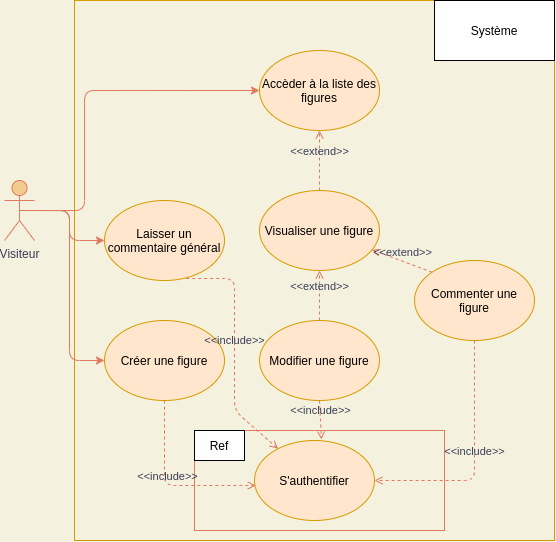
The draw.io diagram uml/UseCaseGeneral.png in JacquesDurand/p6_oc_snowtricks, before a commit. Source tidied: cells renumbered, new cells last; positions are measured from the earlier drawing's top-left corner, leaving out a move shared by most shapes. Source of this version:
```xml
<mxGraphModel background="#F4F1DE">
  <root>
    <mxCell id="0" />
    <mxCell id="1" parent="0" />
    <mxCell id="2" style="html=1;rounded=0;sketch=0;strokeColor=#d79b00;fillColor=none;" parent="1" vertex="1">
      <mxGeometry x="70" width="480" height="540" as="geometry" />
    </mxCell>
    <mxCell id="3" value="Système" style="rounded=0;whiteSpace=wrap;html=1;sketch=0;" parent="1" vertex="1">
      <mxGeometry x="430" width="120" height="60" as="geometry" />
    </mxCell>
    <mxCell id="4" style="edgeStyle=orthogonalEdgeStyle;curved=0;rounded=1;sketch=0;jettySize=auto;html=1;exitX=0.5;exitY=0.5;exitDx=0;exitDy=0;exitPerimeter=0;entryX=0;entryY=0.5;entryDx=0;entryDy=0;fontColor=#393C56;strokeColor=#E07A5F;fillColor=#F2CC8F;" parent="1" edge="1" source="7" target="8">
      <mxGeometry relative="1" as="geometry">
        <Array as="points">
          <mxPoint x="80" y="210" />
          <mxPoint x="80" y="90" />
        </Array>
      </mxGeometry>
    </mxCell>
    <mxCell id="5" style="edgeStyle=orthogonalEdgeStyle;curved=0;rounded=1;sketch=0;jettySize=auto;html=1;exitX=0.5;exitY=0.5;exitDx=0;exitDy=0;exitPerimeter=0;entryX=0;entryY=0.5;entryDx=0;entryDy=0;fontColor=#393C56;strokeColor=#E07A5F;fillColor=#F2CC8F;" parent="1" edge="1" source="7" target="15">
      <mxGeometry relative="1" as="geometry" />
    </mxCell>
    <mxCell id="6" style="edgeStyle=orthogonalEdgeStyle;curved=0;rounded=1;sketch=0;jettySize=auto;html=1;exitX=0.5;exitY=0.5;exitDx=0;exitDy=0;exitPerimeter=0;entryX=0;entryY=0.5;entryDx=0;entryDy=0;fontColor=#393C56;strokeColor=#E07A5F;fillColor=#F2CC8F;" parent="1" edge="1" source="7" target="13">
      <mxGeometry relative="1" as="geometry" />
    </mxCell>
    <mxCell id="7" value="Visiteur" style="shape=umlActor;verticalLabelPosition=bottom;verticalAlign=top;html=1;rounded=0;sketch=0;fontColor=#393C56;strokeColor=#E07A5F;fillColor=#F2CC8F;" parent="1" vertex="1">
      <mxGeometry y="180" width="30" height="60" as="geometry" />
    </mxCell>
    <mxCell id="8" value="Accèder à la liste des figures" style="ellipse;whiteSpace=wrap;html=1;rounded=0;sketch=0;strokeColor=#d79b00;fillColor=#ffe6cc;" parent="1" vertex="1">
      <mxGeometry x="255" y="50" width="120" height="80" as="geometry" />
    </mxCell>
    <mxCell id="9" style="rounded=0;whiteSpace=wrap;html=1;sketch=0;fontColor=#393C56;strokeColor=#E07A5F;fillColor=none;" parent="1" vertex="1">
      <mxGeometry x="190" y="430" width="250" height="100" as="geometry" />
    </mxCell>
    <mxCell id="10" value="S'authentifier" style="ellipse;whiteSpace=wrap;html=1;rounded=0;sketch=0;strokeColor=#d79b00;fillColor=#ffe6cc;" parent="1" vertex="1">
      <mxGeometry x="250" y="440" width="120" height="80" as="geometry" />
    </mxCell>
    <mxCell id="11" value="Visualiser une figure" style="ellipse;whiteSpace=wrap;html=1;rounded=0;sketch=0;strokeColor=#d79b00;fillColor=#ffe6cc;" parent="1" vertex="1">
      <mxGeometry x="255" y="190" width="120" height="80" as="geometry" />
    </mxCell>
    <mxCell id="12" value="Modifier une figure" style="ellipse;whiteSpace=wrap;html=1;rounded=0;sketch=0;strokeColor=#d79b00;fillColor=#ffe6cc;" parent="1" vertex="1">
      <mxGeometry x="255" y="320" width="120" height="80" as="geometry" />
    </mxCell>
    <mxCell id="13" value="Créer une figure" style="ellipse;whiteSpace=wrap;html=1;rounded=0;sketch=0;strokeColor=#d79b00;fillColor=#ffe6cc;" parent="1" vertex="1">
      <mxGeometry x="100" y="320" width="120" height="80" as="geometry" />
    </mxCell>
    <mxCell id="14" value="Commenter une figure" style="ellipse;whiteSpace=wrap;html=1;rounded=0;sketch=0;strokeColor=#d79b00;fillColor=#ffe6cc;" parent="1" vertex="1">
      <mxGeometry x="410" y="260" width="120" height="80" as="geometry" />
    </mxCell>
    <mxCell id="15" value="Laisser un commentaire général" style="ellipse;whiteSpace=wrap;html=1;rounded=0;sketch=0;strokeColor=#d79b00;fillColor=#ffe6cc;" parent="1" vertex="1">
      <mxGeometry x="100" y="200" width="120" height="80" as="geometry" />
    </mxCell>
    <mxCell id="16" value="Ref" style="rounded=0;whiteSpace=wrap;html=1;sketch=0;" parent="1" vertex="1">
      <mxGeometry x="190" y="430" width="50" height="30" as="geometry" />
    </mxCell>
    <mxCell id="17" value="&amp;lt;&amp;lt;include&amp;gt;&amp;gt;" style="html=1;verticalAlign=bottom;labelBackgroundColor=none;endArrow=open;endFill=0;dashed=1;fontColor=#393C56;strokeColor=#E07A5F;fillColor=#F2CC8F;exitX=0.5;exitY=1;exitDx=0;exitDy=0;entryX=0.558;entryY=-0.012;entryDx=0;entryDy=0;entryPerimeter=0;" parent="1" edge="1" source="12" target="10">
      <mxGeometry relative="1" as="geometry" />
    </mxCell>
    <mxCell id="18" value="&amp;lt;&amp;lt;include&amp;gt;&amp;gt;" style="html=1;verticalAlign=bottom;labelBackgroundColor=none;endArrow=open;endFill=0;dashed=1;fontColor=#393C56;strokeColor=#E07A5F;fillColor=#F2CC8F;exitX=0.681;exitY=0.975;exitDx=0;exitDy=0;exitPerimeter=0;" parent="1" edge="1" source="15" target="10">
      <mxGeometry relative="1" as="geometry">
        <Array as="points">
          <mxPoint x="230" y="278" />
          <mxPoint x="230" y="410" />
        </Array>
      </mxGeometry>
    </mxCell>
    <mxCell id="19" value="&amp;lt;&amp;lt;include&amp;gt;&amp;gt;" style="html=1;verticalAlign=bottom;labelBackgroundColor=none;endArrow=open;endFill=0;dashed=1;fontColor=#393C56;strokeColor=#E07A5F;fillColor=#F2CC8F;exitX=0.5;exitY=1;exitDx=0;exitDy=0;entryX=0.012;entryY=0.562;entryDx=0;entryDy=0;entryPerimeter=0;" parent="1" edge="1" source="13" target="10">
      <mxGeometry relative="1" as="geometry">
        <Array as="points">
          <mxPoint x="160" y="485" />
        </Array>
      </mxGeometry>
    </mxCell>
    <mxCell id="20" value="&amp;lt;&amp;lt;include&amp;gt;&amp;gt;" style="html=1;verticalAlign=bottom;labelBackgroundColor=none;endArrow=open;endFill=0;dashed=1;fontColor=#393C56;strokeColor=#E07A5F;fillColor=#F2CC8F;exitX=0.5;exitY=1;exitDx=0;exitDy=0;entryX=1;entryY=0.5;entryDx=0;entryDy=0;" parent="1" edge="1" source="14" target="10">
      <mxGeometry relative="1" as="geometry">
        <Array as="points">
          <mxPoint x="470" y="480" />
        </Array>
      </mxGeometry>
    </mxCell>
    <mxCell id="21" value="&amp;lt;&amp;lt;extend&amp;gt;&amp;gt;" style="html=1;verticalAlign=bottom;labelBackgroundColor=none;endArrow=open;endFill=0;dashed=1;fontColor=#393C56;strokeColor=#E07A5F;fillColor=#F2CC8F;exitX=0.5;exitY=0;exitDx=0;exitDy=0;entryX=0.5;entryY=1;entryDx=0;entryDy=0;" parent="1" edge="1" source="12" target="11">
      <mxGeometry relative="1" as="geometry" />
    </mxCell>
    <mxCell id="22" value="&amp;lt;&amp;lt;extend&amp;gt;&amp;gt;" style="html=1;verticalAlign=bottom;labelBackgroundColor=none;endArrow=open;endFill=0;dashed=1;fontColor=#393C56;strokeColor=#E07A5F;fillColor=#F2CC8F;exitX=0;exitY=0;exitDx=0;exitDy=0;" parent="1" edge="1" source="14" target="11">
      <mxGeometry relative="1" as="geometry" />
    </mxCell>
    <mxCell id="23" value="&amp;lt;&amp;lt;extend&amp;gt;&amp;gt;" style="html=1;verticalAlign=bottom;labelBackgroundColor=none;endArrow=open;endFill=0;dashed=1;fontColor=#393C56;strokeColor=#E07A5F;fillColor=#F2CC8F;exitX=0.5;exitY=0;exitDx=0;exitDy=0;entryX=0.5;entryY=1;entryDx=0;entryDy=0;" parent="1" edge="1" source="11" target="8">
      <mxGeometry relative="1" as="geometry" />
    </mxCell>
  </root>
</mxGraphModel>
```
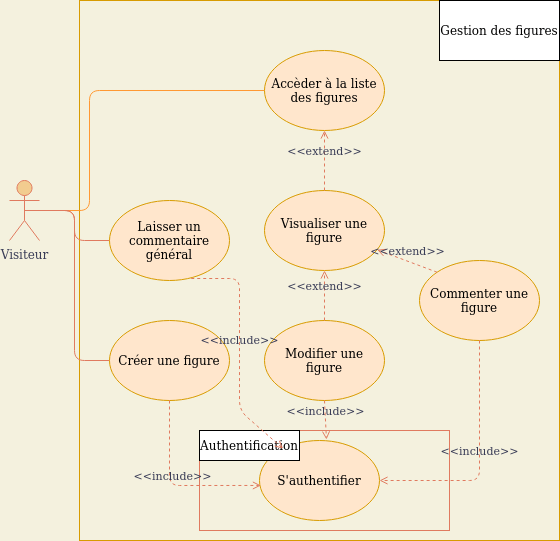
The same file after the commit.

The edit, as a diff of the source:
```diff
@@ -5,10 +5,10 @@
     <mxCell id="2" style="html=1;rounded=0;sketch=0;strokeColor=#d79b00;fillColor=none;" parent="1" vertex="1">
       <mxGeometry x="70" width="480" height="540" as="geometry" />
     </mxCell>
-    <mxCell id="3" value="Système" style="rounded=0;whiteSpace=wrap;html=1;sketch=0;" parent="1" vertex="1">
+    <mxCell id="3" value="Gestion des figures" style="rounded=0;whiteSpace=wrap;html=1;sketch=0;" parent="1" vertex="1">
       <mxGeometry x="430" width="120" height="60" as="geometry" />
     </mxCell>
-    <mxCell id="4" style="edgeStyle=orthogonalEdgeStyle;curved=0;rounded=1;sketch=0;jettySize=auto;html=1;exitX=0.5;exitY=0.5;exitDx=0;exitDy=0;exitPerimeter=0;entryX=0;entryY=0.5;entryDx=0;entryDy=0;fontColor=#393C56;strokeColor=#E07A5F;fillColor=#F2CC8F;" parent="1" edge="1" source="7" target="8">
+    <mxCell id="4" style="edgeStyle=orthogonalEdgeStyle;curved=0;rounded=1;sketch=0;jettySize=auto;html=1;exitX=0.5;exitY=0.5;exitDx=0;exitDy=0;exitPerimeter=0;entryX=0;entryY=0.5;entryDx=0;entryDy=0;fontColor=#393C56;strokeColor=#FF9933;fillColor=#F2CC8F;endArrow=none;endFill=0;" parent="1" edge="1" source="7" target="8">
       <mxGeometry relative="1" as="geometry">
         <Array as="points">
           <mxPoint x="80" y="210" />
@@ -16,10 +16,10 @@
         </Array>
       </mxGeometry>
     </mxCell>
-    <mxCell id="5" style="edgeStyle=orthogonalEdgeStyle;curved=0;rounded=1;sketch=0;jettySize=auto;html=1;exitX=0.5;exitY=0.5;exitDx=0;exitDy=0;exitPerimeter=0;entryX=0;entryY=0.5;entryDx=0;entryDy=0;fontColor=#393C56;strokeColor=#E07A5F;fillColor=#F2CC8F;" parent="1" edge="1" source="7" target="15">
+    <mxCell id="5" style="edgeStyle=orthogonalEdgeStyle;curved=0;rounded=1;sketch=0;jettySize=auto;html=1;exitX=0.5;exitY=0.5;exitDx=0;exitDy=0;exitPerimeter=0;entryX=0;entryY=0.5;entryDx=0;entryDy=0;fontColor=#393C56;strokeColor=#E07A5F;fillColor=#F2CC8F;endArrow=none;endFill=0;" parent="1" edge="1" source="7" target="15">
       <mxGeometry relative="1" as="geometry" />
     </mxCell>
-    <mxCell id="6" style="edgeStyle=orthogonalEdgeStyle;curved=0;rounded=1;sketch=0;jettySize=auto;html=1;exitX=0.5;exitY=0.5;exitDx=0;exitDy=0;exitPerimeter=0;entryX=0;entryY=0.5;entryDx=0;entryDy=0;fontColor=#393C56;strokeColor=#E07A5F;fillColor=#F2CC8F;" parent="1" edge="1" source="7" target="13">
+    <mxCell id="6" style="edgeStyle=orthogonalEdgeStyle;curved=0;rounded=1;sketch=0;jettySize=auto;html=1;exitX=0.5;exitY=0.5;exitDx=0;exitDy=0;exitPerimeter=0;entryX=0;entryY=0.5;entryDx=0;entryDy=0;fontColor=#393C56;strokeColor=#E07A5F;fillColor=#F2CC8F;endArrow=none;endFill=0;" parent="1" edge="1" source="7" target="13">
       <mxGeometry relative="1" as="geometry" />
     </mxCell>
     <mxCell id="7" value="Visiteur" style="shape=umlActor;verticalLabelPosition=bottom;verticalAlign=top;html=1;rounded=0;sketch=0;fontColor=#393C56;strokeColor=#E07A5F;fillColor=#F2CC8F;" parent="1" vertex="1">
@@ -49,8 +49,8 @@
     <mxCell id="15" value="Laisser un commentaire général" style="ellipse;whiteSpace=wrap;html=1;rounded=0;sketch=0;strokeColor=#d79b00;fillColor=#ffe6cc;" parent="1" vertex="1">
       <mxGeometry x="100" y="200" width="120" height="80" as="geometry" />
     </mxCell>
-    <mxCell id="16" value="Ref" style="rounded=0;whiteSpace=wrap;html=1;sketch=0;" parent="1" vertex="1">
-      <mxGeometry x="190" y="430" width="50" height="30" as="geometry" />
+    <mxCell id="16" value="Authentification" style="rounded=0;whiteSpace=wrap;html=1;sketch=0;" parent="1" vertex="1">
+      <mxGeometry x="190" y="430" width="100" height="30" as="geometry" />
     </mxCell>
     <mxCell id="17" value="&amp;lt;&amp;lt;include&amp;gt;&amp;gt;" style="html=1;verticalAlign=bottom;labelBackgroundColor=none;endArrow=open;endFill=0;dashed=1;fontColor=#393C56;strokeColor=#E07A5F;fillColor=#F2CC8F;exitX=0.5;exitY=1;exitDx=0;exitDy=0;entryX=0.558;entryY=-0.012;entryDx=0;entryDy=0;entryPerimeter=0;" parent="1" edge="1" source="12" target="10">
       <mxGeometry relative="1" as="geometry" />
```
